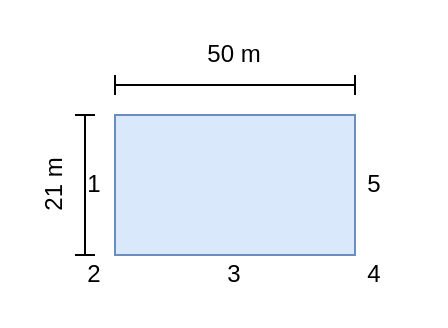
The draw.io diagram Untitled Diagram.drawio in Demskur/SyncComUtility, before the edit. Source tidied: cells renumbered, new cells numbered last; positions are measured from the earlier drawing's top-left corner, leaving out a move shared by most shapes. Both pictures are drawn from the tidied source at 200%, with x=0, y=0 at pixel (14, 34).
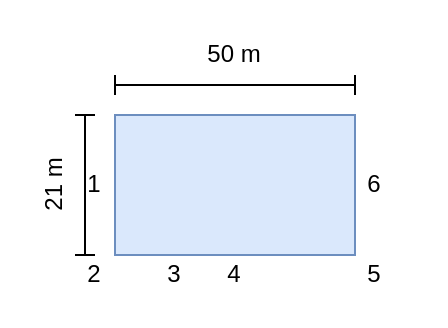
After the change.

Diff of the diagram source:
```diff
@@
 <mxGraphModel>
   <root>
     <mxCell id="0" />
     <mxCell id="1" parent="0" />
     <mxCell id="2" style="rounded=0;whiteSpace=wrap;html=1;fillColor=#dae8fc;strokeColor=#6c8ebf;" parent="1" vertex="1">
       <mxGeometry x="50" y="40" width="120" height="70" as="geometry" />
     </mxCell>
     <mxCell id="3" value="1" style="text;html=1;strokeColor=none;fillColor=none;align=center;verticalAlign=middle;whiteSpace=wrap;rounded=0;" parent="1" vertex="1">
       <mxGeometry x="30" y="70" width="20" height="10" as="geometry" />
     </mxCell>
     <mxCell id="4" value="2" style="text;html=1;strokeColor=none;fillColor=none;align=center;verticalAlign=middle;whiteSpace=wrap;rounded=0;" parent="1" vertex="1">
       <mxGeometry x="20" y="110" width="40" height="20" as="geometry" />
     </mxCell>
-    <mxCell id="5" value="3" style="text;html=1;strokeColor=none;fillColor=none;align=center;verticalAlign=middle;whiteSpace=wrap;rounded=0;" parent="1" vertex="1">
+    <mxCell id="5" value="4" style="text;html=1;strokeColor=none;fillColor=none;align=center;verticalAlign=middle;whiteSpace=wrap;rounded=0;" parent="1" vertex="1">
       <mxGeometry x="90" y="110" width="40" height="20" as="geometry" />
     </mxCell>
-    <mxCell id="6" value="4" style="text;html=1;strokeColor=none;fillColor=none;align=center;verticalAlign=middle;whiteSpace=wrap;rounded=0;" parent="1" vertex="1">
+    <mxCell id="6" value="5" style="text;html=1;strokeColor=none;fillColor=none;align=center;verticalAlign=middle;whiteSpace=wrap;rounded=0;" parent="1" vertex="1">
       <mxGeometry x="160" y="110" width="40" height="20" as="geometry" />
     </mxCell>
-    <mxCell id="7" value="5" style="text;html=1;strokeColor=none;fillColor=none;align=center;verticalAlign=middle;whiteSpace=wrap;rounded=0;" parent="1" vertex="1">
+    <mxCell id="7" value="6" style="text;html=1;strokeColor=none;fillColor=none;align=center;verticalAlign=middle;whiteSpace=wrap;rounded=0;" parent="1" vertex="1">
       <mxGeometry x="160" y="65" width="40" height="20" as="geometry" />
     </mxCell>
     <mxCell id="8" style="shape=crossbar;whiteSpace=wrap;html=1;rounded=1;" parent="1" vertex="1">
       <mxGeometry x="50" y="20" width="120" height="10" as="geometry" />
     </mxCell>
     <mxCell id="9" value="50 m" style="text;html=1;strokeColor=none;fillColor=none;align=center;verticalAlign=middle;whiteSpace=wrap;rounded=0;" parent="1" vertex="1">
       <mxGeometry x="90" width="40" height="20" as="geometry" />
     </mxCell>
     <mxCell id="10" style="shape=crossbar;whiteSpace=wrap;html=1;rounded=1;direction=south;" parent="1" vertex="1">
       <mxGeometry x="30" y="40" width="10" height="70" as="geometry" />
     </mxCell>
     <mxCell id="11" value="21 m" style="text;html=1;strokeColor=none;fillColor=none;align=center;verticalAlign=middle;whiteSpace=wrap;rounded=0;rotation=-90;" parent="1" vertex="1">
       <mxGeometry y="65" width="40" height="20" as="geometry" />
     </mxCell>
+    <mxCell id="12" value="3" style="text;html=1;strokeColor=none;fillColor=none;align=center;verticalAlign=middle;whiteSpace=wrap;rounded=0;" parent="1" vertex="1">
+      <mxGeometry x="60" y="110" width="40" height="20" as="geometry" />
+    </mxCell>
   </root>
 </mxGraphModel>
```
